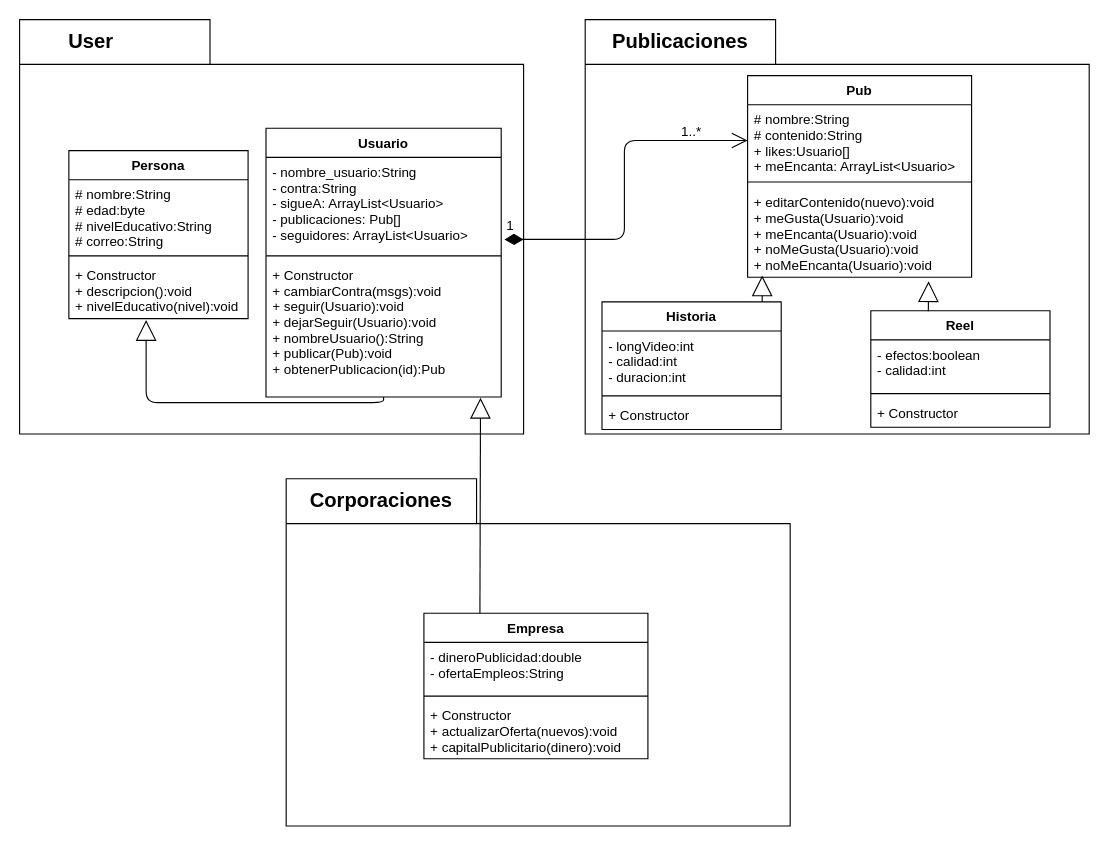
The draw.io diagram Retos/Reto4/TikzTak.drawio in jdarguello/Ciclo2_Java, before the edit. Source tidied: cells renumbered, new cells numbered last; positions are measured from the earlier drawing's top-left corner, leaving out a move shared by most shapes. Both pictures are drawn from the tidied source at 112%, with x=0, y=0 at pixel (19, 19).
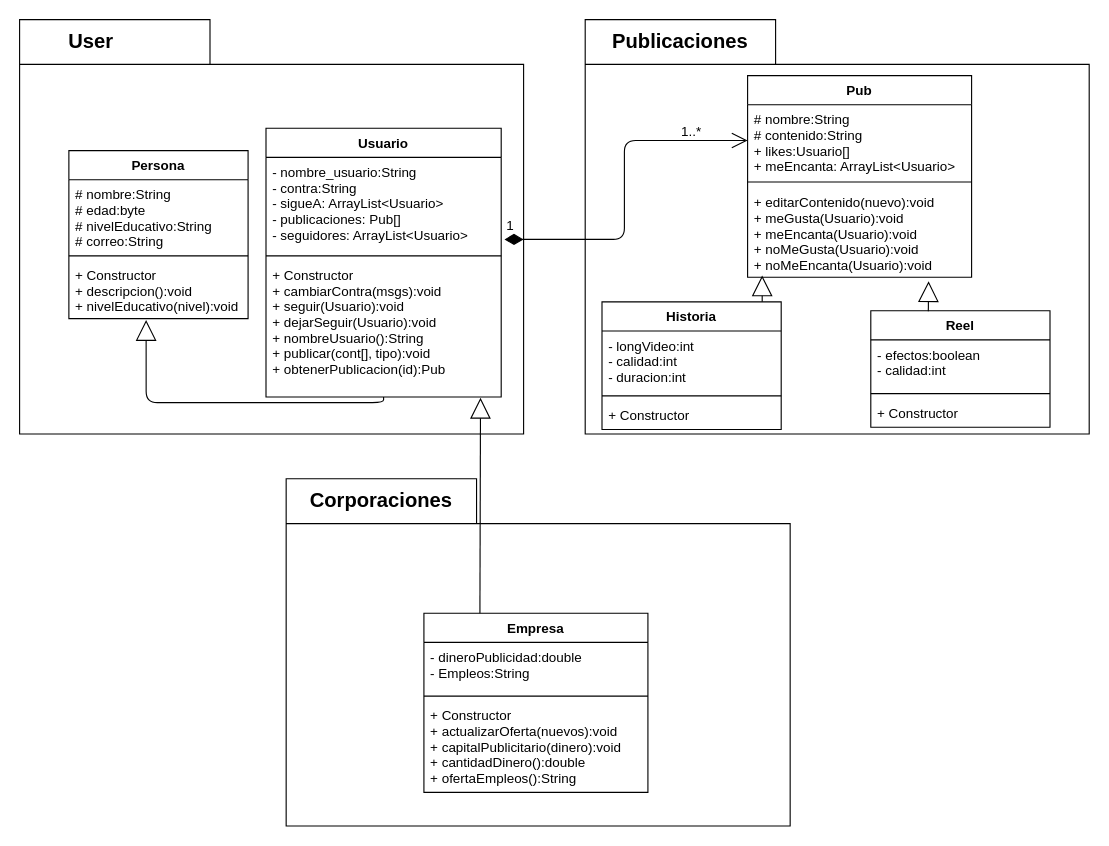
The same page after the edit.

The change refers to these unchanged cells:
```xml
<mxCell id="7" value="Usuario" style="swimlane;fontStyle=1;align=center;verticalAlign=top;horizontal=1;startSize=26;" parent="1" vertex="1">
  <mxGeometry x="220" y="97" width="210" height="240" as="geometry" />
</mxCell>
```

The edit, as a diff of the source:
```diff
@@
-    <mxCell id="10" value="+ Constructor&#10;+ cambiarContra(msgs):void&#10;+ seguir(Usuario):void&#10;+ dejarSeguir(Usuario):void&#10;+ nombreUsuario():String&#10;+ publicar(Pub):void&#10;+ obtenerPublicacion(id):Pub&#10;" style="text;strokeColor=none;fillColor=none;align=left;verticalAlign=top;spacingLeft=4;spacingRight=4;overflow=hidden;points=[[0,0.5],[1,0.5]];portConstraint=eastwest;" parent="7" vertex="1">
+    <mxCell id="10" value="+ Constructor&#10;+ cambiarContra(msgs):void&#10;+ seguir(Usuario):void&#10;+ dejarSeguir(Usuario):void&#10;+ nombreUsuario():String&#10;+ publicar(cont[], tipo):void&#10;+ obtenerPublicacion(id):Pub&#10;" style="text;strokeColor=none;fillColor=none;align=left;verticalAlign=top;spacingLeft=4;spacingRight=4;overflow=hidden;points=[[0,0.5],[1,0.5]];portConstraint=eastwest;" parent="7" vertex="1">
       <mxGeometry y="118" width="210" height="122" as="geometry" />
     </mxCell>
@@
     <mxCell id="33" value="Empresa" style="swimlane;fontStyle=1;align=center;verticalAlign=top;horizontal=1;startSize=26;fontSize=12;" parent="1" vertex="1">
-      <mxGeometry x="361" y="530" width="200" height="130" as="geometry" />
+      <mxGeometry x="361" y="530" width="200" height="160" as="geometry" />
     </mxCell>
-    <mxCell id="34" value="- dineroPublicidad:double&#10;- ofertaEmpleos:String&#10;" style="text;strokeColor=none;fillColor=none;align=left;verticalAlign=top;spacingLeft=4;spacingRight=4;overflow=hidden;" parent="33" vertex="1">
+    <mxCell id="34" value="- dineroPublicidad:double&#10;- Empleos:String&#10;" style="text;strokeColor=none;fillColor=none;align=left;verticalAlign=top;spacingLeft=4;spacingRight=4;overflow=hidden;" parent="33" vertex="1">
       <mxGeometry y="26" width="200" height="44" as="geometry" />
     </mxCell>
@@
-    <mxCell id="36" value="+ Constructor&#10;+ actualizarOferta(nuevos):void&#10;+ capitalPublicitario(dinero):void&#10;" style="text;strokeColor=none;fillColor=none;align=left;verticalAlign=top;spacingLeft=4;spacingRight=4;overflow=hidden;" parent="33" vertex="1">
-      <mxGeometry y="78" width="200" height="52" as="geometry" />
+    <mxCell id="36" value="+ Constructor&#10;+ actualizarOferta(nuevos):void&#10;+ capitalPublicitario(dinero):void&#10;+ cantidadDinero():double&#10;+ ofertaEmpleos():String&#10;" style="text;strokeColor=none;fillColor=none;align=left;verticalAlign=top;spacingLeft=4;spacingRight=4;overflow=hidden;" parent="33" vertex="1">
+      <mxGeometry y="78" width="200" height="82" as="geometry" />
     </mxCell>
```
